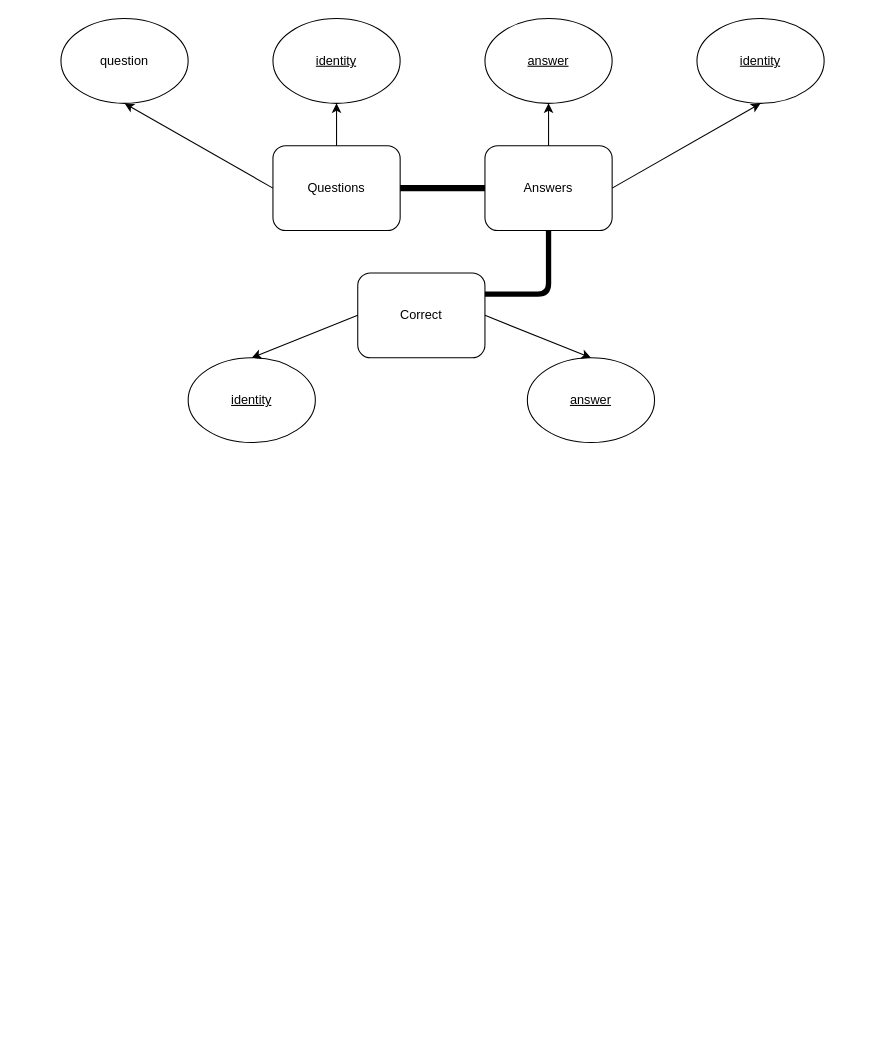
The draw.io diagram database_design.drawio in runnily/Educational-Website, before the edit. Source tidied: cells renumbered, new cells numbered last; positions are measured from the earlier drawing's top-left corner, leaving out a move shared by most shapes. Both pictures are drawn from the tidied source at 106%, with x=0, y=0 at pixel (60, 18).
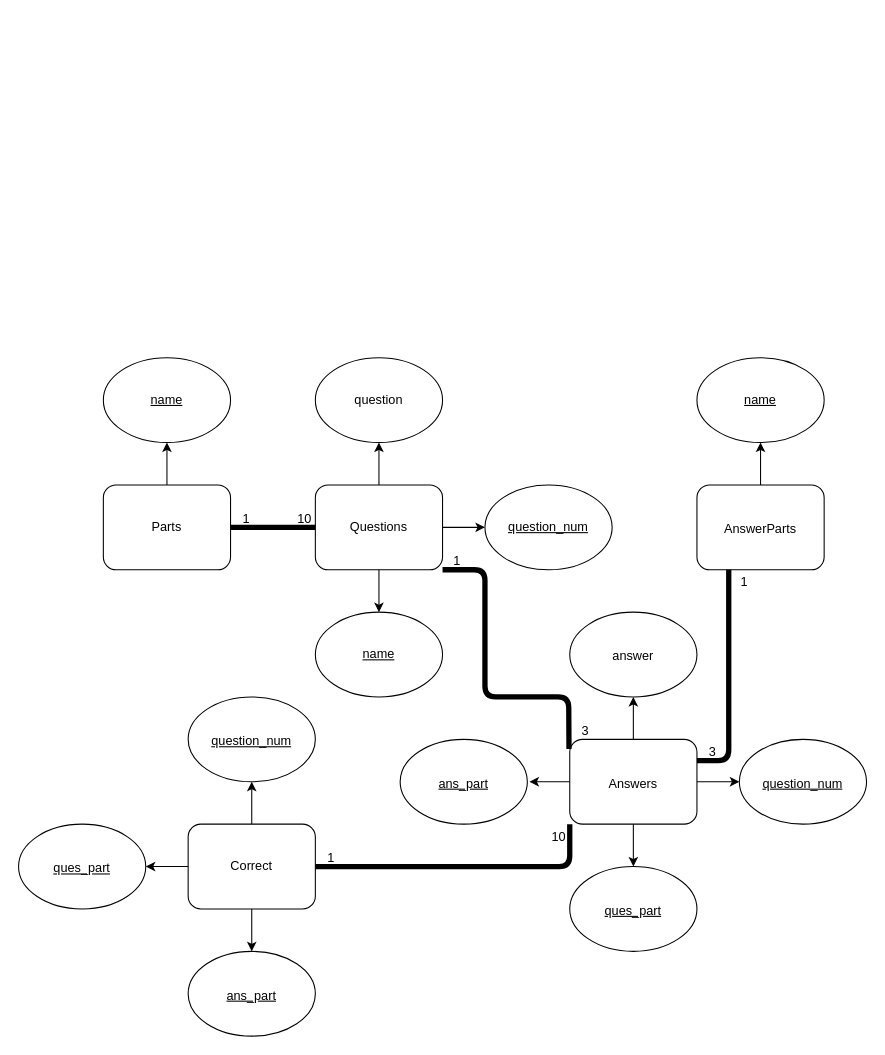
After the change.

What changed in the source:
```diff
@@
+    <mxCell id="19" value="Parts" style="rounded=1;whiteSpace=wrap;html=1;" parent="1" vertex="1">
+      <mxGeometry x="40" y="440" width="120" height="80" as="geometry" />
+    </mxCell>
+    <mxCell id="20" value="&lt;u&gt;name&lt;/u&gt;" style="ellipse;whiteSpace=wrap;html=1;" parent="1" vertex="1">
+      <mxGeometry x="40" y="320" width="120" height="80" as="geometry" />
+    </mxCell>
+    <mxCell id="21" style="endArrow=classic;html=1;entryX=0.5;entryY=1;entryDx=0;entryDy=0;exitX=0.5;exitY=0;exitDx=0;exitDy=0;" parent="1" edge="1" source="19" target="20">
+      <mxGeometry relative="1" as="geometry" />
+    </mxCell>
     <mxCell id="2" value="Questions" style="rounded=1;whiteSpace=wrap;html=1;" parent="1" vertex="1">
-      <mxGeometry x="200" y="120" width="120" height="80" as="geometry" />
+      <mxGeometry x="240" y="440" width="120" height="80" as="geometry" />
     </mxCell>
     <mxCell id="3" value="question" style="ellipse;whiteSpace=wrap;html=1;" parent="1" vertex="1">
-      <mxGeometry width="120" height="80" as="geometry" />
+      <mxGeometry x="240" y="320" width="120" height="80" as="geometry" />
     </mxCell>
-    <mxCell id="4" value="&lt;u&gt;identity&lt;/u&gt;" style="ellipse;whiteSpace=wrap;html=1;" parent="1" vertex="1">
-      <mxGeometry x="200" width="120" height="80" as="geometry" />
-    </mxCell>
+    <mxCell id="22" value="&lt;u&gt;question_num&lt;/u&gt;" style="ellipse;whiteSpace=wrap;html=1;" parent="1" vertex="1">
+      <mxGeometry x="400" y="440" width="120" height="80" as="geometry" />
+    </mxCell>
+    <mxCell id="23" value="&lt;u&gt;name&lt;/u&gt;" style="ellipse;whiteSpace=wrap;html=1;" parent="1" vertex="1">
+      <mxGeometry x="240" y="560" width="120" height="80" as="geometry" />
+    </mxCell>
-    <mxCell id="5" style="endArrow=classic;html=1;entryX=0.5;entryY=1;entryDx=0;entryDy=0;exitX=0;exitY=0.5;exitDx=0;exitDy=0;" parent="1" edge="1" source="2" target="3">
+    <mxCell id="5" style="endArrow=classic;html=1;exitX=0.5;exitY=0;exitDx=0;exitDy=0;" parent="1" edge="1" source="2" target="3">
       <mxGeometry relative="1" as="geometry" />
     </mxCell>
-    <mxCell id="6" style="endArrow=classic;html=1;entryX=0.5;entryY=1;entryDx=0;entryDy=0;exitX=0.5;exitY=0;exitDx=0;exitDy=0;" parent="1" edge="1" source="2" target="4">
-      <mxGeometry relative="1" as="geometry" />
-    </mxCell>
+    <mxCell id="24" style="endArrow=classic;html=1;exitX=1;exitY=0.5;exitDx=0;exitDy=0;entryX=0;entryY=0.5;entryDx=0;entryDy=0;" parent="1" edge="1" source="2" target="22">
+      <mxGeometry relative="1" as="geometry" />
+    </mxCell>
+    <mxCell id="25" style="endArrow=classic;html=1;exitX=0.5;exitY=1;exitDx=0;exitDy=0;" parent="1" edge="1" source="2" target="23">
+      <mxGeometry relative="1" as="geometry" />
+    </mxCell>
+    <mxCell id="26" style="endArrow=none;html=1;exitX=1;exitY=0.5;exitDx=0;exitDy=0;entryX=0;entryY=0.5;entryDx=0;entryDy=0;fontSize=15;strokeWidth=5;" parent="1" edge="1" source="19" target="2">
+      <mxGeometry relative="1" as="geometry" />
+    </mxCell>
+    <mxCell id="27" value="&lt;font style=&quot;font-size: 12px&quot;&gt;AnswerParts&lt;/font&gt;" style="rounded=1;whiteSpace=wrap;html=1;fontSize=15;" parent="1" vertex="1">
+      <mxGeometry x="600" y="440" width="120" height="80" as="geometry" />
+    </mxCell>
+    <mxCell id="28" value="&lt;u&gt;name&lt;/u&gt;" style="ellipse;whiteSpace=wrap;html=1;" parent="1" vertex="1">
+      <mxGeometry x="600" y="320" width="120" height="80" as="geometry" />
+    </mxCell>
+    <mxCell id="29" style="endArrow=classic;html=1;exitX=0.5;exitY=0;exitDx=0;exitDy=0;entryX=0.5;entryY=1;entryDx=0;entryDy=0;" parent="1" edge="1" source="27" target="28">
+      <mxGeometry relative="1" as="geometry" />
+    </mxCell>
-    <mxCell id="7" value="Answers" style="rounded=1;whiteSpace=wrap;html=1;" parent="1" vertex="1">
-      <mxGeometry x="400" y="120" width="120" height="80" as="geometry" />
+    <mxCell id="7" value="&lt;font style=&quot;font-size: 12px&quot;&gt;Answers&lt;/font&gt;" style="rounded=1;whiteSpace=wrap;html=1;fontSize=15;" parent="1" vertex="1">
+      <mxGeometry x="480" y="680" width="120" height="80" as="geometry" />
     </mxCell>
-    <mxCell id="8" value="&lt;u&gt;answer&lt;/u&gt;" style="ellipse;whiteSpace=wrap;html=1;" parent="1" vertex="1">
-      <mxGeometry x="400" width="120" height="80" as="geometry" />
-    </mxCell>
-    <mxCell id="9" style="endArrow=classic;html=1;entryX=0.5;entryY=1;entryDx=0;entryDy=0;exitX=0.5;exitY=0;exitDx=0;exitDy=0;" parent="1" edge="1" source="7" target="8">
-      <mxGeometry relative="1" as="geometry" />
-    </mxCell>
-    <mxCell id="10" value="&lt;u&gt;identity&lt;/u&gt;" style="ellipse;whiteSpace=wrap;html=1;" parent="1" vertex="1">
-      <mxGeometry x="600" width="120" height="80" as="geometry" />
-    </mxCell>
-    <mxCell id="11" style="endArrow=classic;html=1;entryX=0.5;entryY=1;entryDx=0;entryDy=0;exitX=1;exitY=0.5;exitDx=0;exitDy=0;" parent="1" edge="1" source="7" target="10">
-      <mxGeometry relative="1" as="geometry" />
-    </mxCell>
+    <mxCell id="30" value="&lt;font style=&quot;font-size: 12px&quot;&gt;answer&lt;/font&gt;" style="ellipse;whiteSpace=wrap;html=1;fontSize=15;" parent="1" vertex="1">
+      <mxGeometry x="480" y="560" width="120" height="80" as="geometry" />
+    </mxCell>
+    <mxCell id="31" value="&lt;u&gt;&lt;font style=&quot;font-size: 12px&quot;&gt;ans_part&lt;/font&gt;&lt;/u&gt;" style="ellipse;whiteSpace=wrap;html=1;fontSize=15;" parent="1" vertex="1">
+      <mxGeometry x="320" y="680" width="120" height="80" as="geometry" />
+    </mxCell>
+    <mxCell id="32" value="&lt;u&gt;&lt;font style=&quot;font-size: 12px&quot;&gt;ques_part&lt;/font&gt;&lt;/u&gt;" style="ellipse;whiteSpace=wrap;html=1;fontSize=15;" parent="1" vertex="1">
+      <mxGeometry x="480" y="800" width="120" height="80" as="geometry" />
+    </mxCell>
+    <mxCell id="33" value="&lt;u&gt;&lt;font style=&quot;font-size: 12px&quot;&gt;question_num&lt;/font&gt;&lt;/u&gt;" style="ellipse;whiteSpace=wrap;html=1;fontSize=15;" parent="1" vertex="1">
+      <mxGeometry x="640" y="680" width="120" height="80" as="geometry" />
+    </mxCell>
+    <mxCell id="34" style="endArrow=classic;html=1;exitX=0;exitY=0.5;exitDx=0;exitDy=0;" parent="1" edge="1" source="7">
+      <mxGeometry relative="1" as="geometry">
+        <mxPoint x="442" y="720" as="targetPoint" />
+      </mxGeometry>
+    </mxCell>
+    <mxCell id="35" style="endArrow=classic;html=1;exitX=0.5;exitY=0;exitDx=0;exitDy=0;entryX=0.5;entryY=1;entryDx=0;entryDy=0;" parent="1" edge="1" source="7" target="30">
+      <mxGeometry relative="1" as="geometry" />
+    </mxCell>
+    <mxCell id="36" style="endArrow=classic;html=1;exitX=1;exitY=0.5;exitDx=0;exitDy=0;entryX=0;entryY=0.5;entryDx=0;entryDy=0;" parent="1" edge="1" source="7" target="33">
+      <mxGeometry relative="1" as="geometry" />
+    </mxCell>
+    <mxCell id="37" style="endArrow=classic;html=1;exitX=0.5;exitY=1;exitDx=0;exitDy=0;" parent="1" edge="1" source="7" target="32">
+      <mxGeometry relative="1" as="geometry" />
+    </mxCell>
+    <mxCell id="38" style="endArrow=none;html=1;strokeWidth=5;fontSize=15;exitX=1;exitY=0.25;exitDx=0;exitDy=0;" parent="1" edge="1" source="7">
+      <mxGeometry relative="1" as="geometry">
+        <mxPoint x="630" y="520" as="targetPoint" />
+        <Array as="points">
+          <mxPoint x="630" y="700" />
+        </Array>
+      </mxGeometry>
+    </mxCell>
+    <mxCell id="39" style="edgeStyle=orthogonalEdgeStyle;rounded=0;jettySize=auto;html=1;exitX=0.5;exitY=0;exitDx=0;exitDy=0;entryX=0.5;entryY=1;entryDx=0;entryDy=0;strokeWidth=1;fontSize=15;" parent="1" edge="1" source="12" target="42">
+      <mxGeometry relative="1" as="geometry" />
+    </mxCell>
+    <mxCell id="40" style="edgeStyle=orthogonalEdgeStyle;rounded=0;jettySize=auto;html=1;exitX=0;exitY=0.5;exitDx=0;exitDy=0;entryX=1;entryY=0.5;entryDx=0;entryDy=0;strokeWidth=1;fontSize=15;" parent="1" edge="1" source="12" target="44">
+      <mxGeometry relative="1" as="geometry" />
+    </mxCell>
+    <mxCell id="41" style="edgeStyle=orthogonalEdgeStyle;rounded=0;jettySize=auto;html=1;exitX=0.5;exitY=1;exitDx=0;exitDy=0;entryX=0.5;entryY=0;entryDx=0;entryDy=0;strokeWidth=1;fontSize=15;" parent="1" edge="1" source="12" target="43">
+      <mxGeometry relative="1" as="geometry" />
+    </mxCell>
     <mxCell id="12" value="Correct" style="rounded=1;whiteSpace=wrap;html=1;" parent="1" vertex="1">
-      <mxGeometry x="280" y="240" width="120" height="80" as="geometry" />
+      <mxGeometry x="120" y="760" width="120" height="80" as="geometry" />
     </mxCell>
-    <mxCell id="13" value="&lt;u&gt;identity&lt;/u&gt;" style="ellipse;whiteSpace=wrap;html=1;" parent="1" vertex="1">
-      <mxGeometry x="120" y="320" width="120" height="80" as="geometry" />
-    </mxCell>
-    <mxCell id="14" value="&lt;u&gt;answer&lt;/u&gt;" style="ellipse;whiteSpace=wrap;html=1;" parent="1" vertex="1">
-      <mxGeometry x="440" y="320" width="120" height="80" as="geometry" />
-    </mxCell>
-    <mxCell id="15" style="endArrow=classic;html=1;exitX=0;exitY=0.5;exitDx=0;exitDy=0;entryX=0.5;entryY=0;entryDx=0;entryDy=0;" parent="1" edge="1" source="12" target="13">
-      <mxGeometry relative="1" as="geometry" />
-    </mxCell>
-    <mxCell id="16" style="endArrow=classic;html=1;exitX=1;exitY=0.5;exitDx=0;exitDy=0;entryX=0.5;entryY=0;entryDx=0;entryDy=0;" parent="1" edge="1" source="12" target="14">
-      <mxGeometry relative="1" as="geometry" />
-    </mxCell>
+    <mxCell id="42" value="&lt;u&gt;&lt;font style=&quot;font-size: 12px&quot;&gt;question_num&lt;/font&gt;&lt;/u&gt;" style="ellipse;whiteSpace=wrap;html=1;fontSize=15;" parent="1" vertex="1">
+      <mxGeometry x="120" y="640" width="120" height="80" as="geometry" />
+    </mxCell>
+    <mxCell id="43" value="&lt;u&gt;&lt;font style=&quot;font-size: 12px&quot;&gt;ans_part&lt;/font&gt;&lt;/u&gt;" style="ellipse;whiteSpace=wrap;html=1;fontSize=15;" parent="1" vertex="1">
+      <mxGeometry x="120" y="880" width="120" height="80" as="geometry" />
+    </mxCell>
+    <mxCell id="44" value="&lt;u&gt;&lt;font style=&quot;font-size: 12px&quot;&gt;ques_part&lt;/font&gt;&lt;/u&gt;" style="ellipse;whiteSpace=wrap;html=1;fontSize=15;" parent="1" vertex="1">
+      <mxGeometry x="-40" y="760" width="120" height="80" as="geometry" />
+    </mxCell>
+    <mxCell id="18" style="endArrow=none;html=1;strokeWidth=5;fontSize=15;entryX=0;entryY=1;entryDx=0;entryDy=0;" parent="1" edge="1" source="12" target="7">
+      <mxGeometry relative="1" as="geometry">
+        <Array as="points">
+          <mxPoint x="480" y="800" />
+        </Array>
+      </mxGeometry>
+    </mxCell>
-    <mxCell id="17" style="endArrow=none;html=1;exitX=1;exitY=0.5;exitDx=0;exitDy=0;entryX=0;entryY=0.5;entryDx=0;entryDy=0;strokeWidth=6;" parent="1" edge="1" source="2" target="7">
-      <mxGeometry relative="1" as="geometry" />
+    <mxCell id="17" style="endArrow=none;html=1;strokeWidth=5;fontSize=15;exitX=1;exitY=1;exitDx=0;exitDy=0;entryX=-0.006;entryY=0.115;entryDx=0;entryDy=0;entryPerimeter=0;" parent="1" edge="1" source="2" target="7">
+      <mxGeometry relative="1" as="geometry">
+        <Array as="points">
+          <mxPoint x="400" y="520" />
+          <mxPoint x="400" y="640" />
+          <mxPoint x="479" y="640" />
+        </Array>
+      </mxGeometry>
     </mxCell>
-    <mxCell id="18" style="endArrow=none;html=1;entryX=0.5;entryY=1;entryDx=0;entryDy=0;exitX=1;exitY=0.25;exitDx=0;exitDy=0;strokeWidth=5;" parent="1" edge="1" source="12" target="7">
-      <mxGeometry relative="1" as="geometry">
-        <Array as="points">
-          <mxPoint x="460" y="260" />
-        </Array>
-      </mxGeometry>
-    </mxCell>
+    <mxCell id="45" value="&lt;font style=&quot;font-size: 12px&quot;&gt;1&lt;/font&gt;" style="text;html=1;strokeColor=none;fillColor=none;align=center;verticalAlign=middle;whiteSpace=wrap;rounded=0;fontSize=15;" parent="1" vertex="1">
+      <mxGeometry x="160" y="460" width="30" height="20" as="geometry" />
+    </mxCell>
+    <mxCell id="46" value="&lt;font style=&quot;font-size: 12px&quot;&gt;10&lt;/font&gt;" style="text;html=1;strokeColor=none;fillColor=none;align=center;verticalAlign=middle;whiteSpace=wrap;rounded=0;fontSize=15;" parent="1" vertex="1">
+      <mxGeometry x="220" y="460" width="20" height="20" as="geometry" />
+    </mxCell>
+    <mxCell id="47" value="&lt;font style=&quot;font-size: 12px&quot;&gt;1&lt;/font&gt;" style="text;html=1;strokeColor=none;fillColor=none;align=center;verticalAlign=middle;whiteSpace=wrap;rounded=0;fontSize=15;" parent="1" vertex="1">
+      <mxGeometry x="359" y="500" width="30" height="20" as="geometry" />
+    </mxCell>
+    <mxCell id="48" value="&lt;font style=&quot;font-size: 12px&quot;&gt;3&lt;/font&gt;" style="text;html=1;strokeColor=none;fillColor=none;align=center;verticalAlign=middle;whiteSpace=wrap;rounded=0;fontSize=15;" parent="1" vertex="1">
+      <mxGeometry x="480" y="660" width="30" height="20" as="geometry" />
+    </mxCell>
+    <mxCell id="49" value="&lt;font style=&quot;font-size: 12px&quot;&gt;1&lt;/font&gt;" style="text;html=1;strokeColor=none;fillColor=none;align=center;verticalAlign=middle;whiteSpace=wrap;rounded=0;fontSize=15;" parent="1" vertex="1">
+      <mxGeometry x="630" y="520" width="30" height="20" as="geometry" />
+    </mxCell>
+    <mxCell id="50" value="&lt;font style=&quot;font-size: 12px&quot;&gt;3&lt;/font&gt;" style="text;html=1;strokeColor=none;fillColor=none;align=center;verticalAlign=middle;whiteSpace=wrap;rounded=0;fontSize=15;" parent="1" vertex="1">
+      <mxGeometry x="600" y="680" width="30" height="20" as="geometry" />
+    </mxCell>
+    <mxCell id="51" value="&lt;font style=&quot;font-size: 12px&quot;&gt;1&lt;/font&gt;" style="text;html=1;strokeColor=none;fillColor=none;align=center;verticalAlign=middle;whiteSpace=wrap;rounded=0;fontSize=15;" parent="1" vertex="1">
+      <mxGeometry x="240" y="780" width="30" height="20" as="geometry" />
+    </mxCell>
+    <mxCell id="52" value="&lt;font style=&quot;font-size: 12px&quot;&gt;10&lt;/font&gt;" style="text;html=1;strokeColor=none;fillColor=none;align=center;verticalAlign=middle;whiteSpace=wrap;rounded=0;fontSize=15;" parent="1" vertex="1">
+      <mxGeometry x="460" y="760" width="20" height="20" as="geometry" />
+    </mxCell>
```
